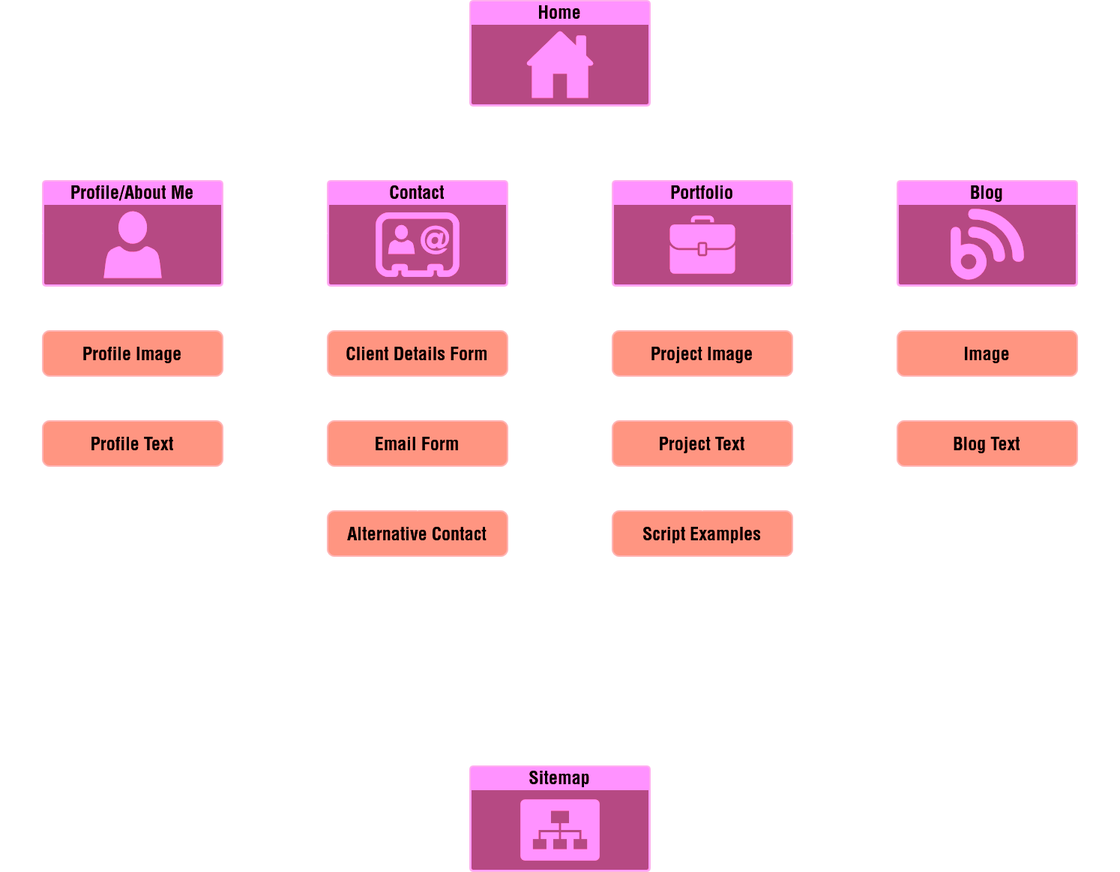
Before: docs/Sitemap.png, a diagram exported from draw.io (SteaneMurphy/JamesMurphy_T1A2). Source tidied: cells renumbered, new cells last; positions are measured from the earlier drawing's top-left corner, leaving out a move shared by most shapes.
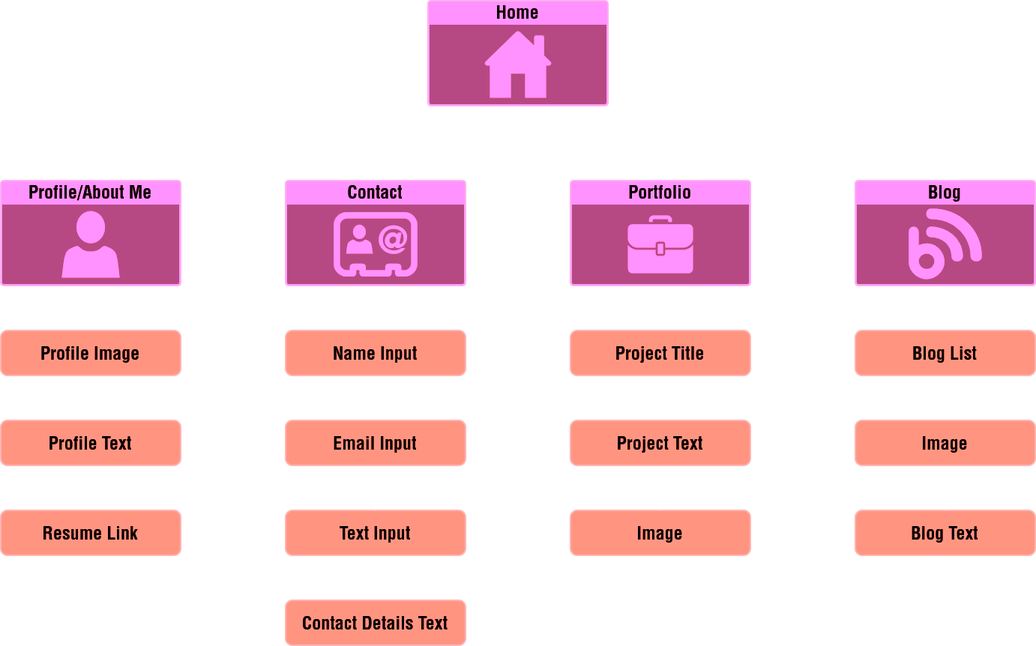
After the change.

Diff of the diagram source:
```diff
@@ -26,9 +26,6 @@
     <mxCell id="9" style="edgeStyle=orthogonalEdgeStyle;rounded=0;jettySize=auto;html=1;exitX=0.5;exitY=1;exitDx=0;exitDy=0;exitPerimeter=0;strokeWidth=2;" parent="1" edge="1" source="11" target="3">
       <mxGeometry relative="1" as="geometry" />
     </mxCell>
-    <mxCell id="10" style="edgeStyle=orthogonalEdgeStyle;rounded=0;jettySize=auto;html=1;exitX=0.5;exitY=1;exitDx=0;exitDy=0;exitPerimeter=0;entryX=0.5;entryY=0;entryDx=0;entryDy=0;entryPerimeter=0;strokeWidth=2;" parent="1" edge="1" source="11" target="20">
-      <mxGeometry relative="1" as="geometry" />
-    </mxCell>
     <mxCell id="11" value="Home" style="html=1;whiteSpace=wrap;strokeColor=#A50040;fillColor=#d80073;labelPosition=center;verticalLabelPosition=middle;verticalAlign=top;align=center;fontSize=12;outlineConnect=0;spacingTop=-6;sketch=0;shape=mxgraph.sitemap.home;fontColor=#ffffff;" parent="1" vertex="1">
       <mxGeometry x="285" width="120" height="70" as="geometry" />
     </mxCell>
@@ -44,61 +41,52 @@
     <mxCell id="15" value="Profile/About Me" style="html=1;whiteSpace=wrap;strokeColor=#A50040;fillColor=#d80073;labelPosition=center;verticalLabelPosition=middle;verticalAlign=top;align=center;fontSize=12;outlineConnect=0;spacingTop=-6;fontColor=#ffffff;sketch=0;shape=mxgraph.sitemap.profile;" parent="1" vertex="1">
       <mxGeometry y="120" width="120" height="70" as="geometry" />
     </mxCell>
-    <mxCell id="16" style="edgeStyle=orthogonalEdgeStyle;rounded=0;jettySize=auto;html=1;exitX=0;exitY=0.5;exitDx=0;exitDy=0;exitPerimeter=0;entryX=0;entryY=0.5;entryDx=0;entryDy=0;entryPerimeter=0;strokeWidth=2;" parent="1" edge="1" source="20" target="15">
-      <mxGeometry relative="1" as="geometry" />
-    </mxCell>
-    <mxCell id="17" style="edgeStyle=orthogonalEdgeStyle;rounded=0;jettySize=auto;html=1;exitX=0;exitY=0.5;exitDx=0;exitDy=0;exitPerimeter=0;entryX=0;entryY=0.5;entryDx=0;entryDy=0;entryPerimeter=0;strokeWidth=2;" parent="1" edge="1" source="20" target="5">
-      <mxGeometry relative="1" as="geometry" />
-    </mxCell>
-    <mxCell id="18" style="edgeStyle=orthogonalEdgeStyle;rounded=0;jettySize=auto;html=1;exitX=1;exitY=0.5;exitDx=0;exitDy=0;exitPerimeter=0;entryX=1;entryY=0.5;entryDx=0;entryDy=0;entryPerimeter=0;strokeWidth=2;" parent="1" edge="1" source="20" target="13">
-      <mxGeometry relative="1" as="geometry" />
-    </mxCell>
-    <mxCell id="19" style="edgeStyle=orthogonalEdgeStyle;rounded=0;jettySize=auto;html=1;exitX=1;exitY=0.5;exitDx=0;exitDy=0;exitPerimeter=0;entryX=1;entryY=0.5;entryDx=0;entryDy=0;entryPerimeter=0;strokeWidth=2;" parent="1" edge="1" source="20" target="3">
-      <mxGeometry relative="1" as="geometry" />
-    </mxCell>
-    <mxCell id="20" value="Sitemap" style="html=1;whiteSpace=wrap;strokeColor=#A50040;fillColor=#d80073;labelPosition=center;verticalLabelPosition=middle;verticalAlign=top;align=center;fontSize=12;outlineConnect=0;spacingTop=-6;fontColor=#ffffff;sketch=0;shape=mxgraph.sitemap.sitemap;" parent="1" vertex="1">
-      <mxGeometry x="285" y="510" width="120" height="70" as="geometry" />
-    </mxCell>
     <mxCell id="21" style="edgeStyle=orthogonalEdgeStyle;rounded=0;jettySize=auto;html=1;exitX=0.5;exitY=1;exitDx=0;exitDy=0;entryX=0.5;entryY=0;entryDx=0;entryDy=0;strokeWidth=2;" parent="1" edge="1" source="22" target="23">
       <mxGeometry relative="1" as="geometry" />
     </mxCell>
     <mxCell id="22" value="Profile Image" style="rounded=1;whiteSpace=wrap;html=1;strokeColor=#B20000;fillColor=#e51400;fontColor=#FFFFFF;" parent="1" vertex="1">
       <mxGeometry y="220" width="120" height="30" as="geometry" />
     </mxCell>
+    <mxCell id="37" style="edgeStyle=orthogonalEdgeStyle;rounded=0;jettySize=auto;html=1;exitX=0.5;exitY=1;exitDx=0;exitDy=0;entryX=0.5;entryY=0;entryDx=0;entryDy=0;strokeWidth=2;" parent="1" edge="1" source="23" target="42">
+      <mxGeometry relative="1" as="geometry" />
+    </mxCell>
     <mxCell id="23" value="Profile Text" style="rounded=1;whiteSpace=wrap;html=1;fillColor=#e51400;fontColor=#ffffff;strokeColor=#B20000;" parent="1" vertex="1">
       <mxGeometry y="280" width="120" height="30" as="geometry" />
     </mxCell>
     <mxCell id="24" style="edgeStyle=orthogonalEdgeStyle;rounded=0;jettySize=auto;html=1;exitX=0.5;exitY=1;exitDx=0;exitDy=0;entryX=0.5;entryY=0;entryDx=0;entryDy=0;strokeWidth=2;" parent="1" edge="1" source="25" target="28">
       <mxGeometry relative="1" as="geometry" />
     </mxCell>
-    <mxCell id="25" value="Client Details Form" style="rounded=1;whiteSpace=wrap;html=1;fillColor=#e51400;fontColor=#ffffff;strokeColor=#B20000;" parent="1" vertex="1">
+    <mxCell id="25" value="Name Input" style="rounded=1;whiteSpace=wrap;html=1;fillColor=#e51400;fontColor=#ffffff;strokeColor=#B20000;" parent="1" vertex="1">
       <mxGeometry x="190" y="220" width="120" height="30" as="geometry" />
     </mxCell>
+    <mxCell id="38" style="edgeStyle=orthogonalEdgeStyle;rounded=0;jettySize=auto;html=1;exitX=0.5;exitY=1;exitDx=0;exitDy=0;entryX=0.5;entryY=0;entryDx=0;entryDy=0;strokeWidth=2;" parent="1" edge="1" source="26" target="43">
+      <mxGeometry relative="1" as="geometry" />
+    </mxCell>
-    <mxCell id="26" value="Alternative Contact" style="rounded=1;whiteSpace=wrap;html=1;fillColor=#e51400;fontColor=#ffffff;strokeColor=#B20000;" parent="1" vertex="1">
+    <mxCell id="26" value="Text Input" style="rounded=1;whiteSpace=wrap;html=1;fillColor=#e51400;fontColor=#ffffff;strokeColor=#B20000;" parent="1" vertex="1">
       <mxGeometry x="190" y="340" width="120" height="30" as="geometry" />
     </mxCell>
     <mxCell id="27" style="edgeStyle=orthogonalEdgeStyle;rounded=0;jettySize=auto;html=1;exitX=0.5;exitY=1;exitDx=0;exitDy=0;strokeWidth=2;" parent="1" edge="1" source="28" target="26">
       <mxGeometry relative="1" as="geometry" />
     </mxCell>
-    <mxCell id="28" value="Email Form&lt;br&gt;" style="rounded=1;whiteSpace=wrap;html=1;fillColor=#e51400;fontColor=#ffffff;strokeColor=#B20000;" parent="1" vertex="1">
+    <mxCell id="28" value="Email Input" style="rounded=1;whiteSpace=wrap;html=1;fillColor=#e51400;fontColor=#ffffff;strokeColor=#B20000;" parent="1" vertex="1">
       <mxGeometry x="190" y="280" width="120" height="30" as="geometry" />
     </mxCell>
-    <mxCell id="29" style="edgeStyle=orthogonalEdgeStyle;rounded=0;jettySize=auto;html=1;exitX=0.5;exitY=1;exitDx=0;exitDy=0;entryX=0.5;entryY=0;entryDx=0;entryDy=0;strokeWidth=2;" parent="1" edge="1" source="30" target="31">
-      <mxGeometry relative="1" as="geometry" />
-    </mxCell>
+    <mxCell id="39" style="edgeStyle=orthogonalEdgeStyle;rounded=0;jettySize=auto;html=1;exitX=0.5;exitY=1;exitDx=0;exitDy=0;entryX=0.5;entryY=0;entryDx=0;entryDy=0;strokeWidth=2;" parent="1" edge="1" source="30" target="41">
+      <mxGeometry relative="1" as="geometry" />
+    </mxCell>
-    <mxCell id="30" value="Image" style="rounded=1;whiteSpace=wrap;html=1;fillColor=#e51400;fontColor=#ffffff;strokeColor=#B20000;" parent="1" vertex="1">
+    <mxCell id="30" value="Blog List" style="rounded=1;whiteSpace=wrap;html=1;fillColor=#e51400;fontColor=#ffffff;strokeColor=#B20000;" parent="1" vertex="1">
       <mxGeometry x="570" y="220" width="120" height="30" as="geometry" />
     </mxCell>
     <mxCell id="31" value="Blog Text" style="rounded=1;whiteSpace=wrap;html=1;fillColor=#e51400;fontColor=#ffffff;strokeColor=#B20000;" parent="1" vertex="1">
-      <mxGeometry x="570" y="280" width="120" height="30" as="geometry" />
+      <mxGeometry x="570" y="340" width="120" height="30" as="geometry" />
     </mxCell>
     <mxCell id="32" style="edgeStyle=orthogonalEdgeStyle;rounded=0;jettySize=auto;html=1;exitX=0.5;exitY=1;exitDx=0;exitDy=0;entryX=0.5;entryY=0;entryDx=0;entryDy=0;strokeWidth=2;" parent="1" edge="1" source="33" target="36">
       <mxGeometry relative="1" as="geometry" />
     </mxCell>
-    <mxCell id="33" value="Project Image" style="rounded=1;whiteSpace=wrap;html=1;fillColor=#e51400;fontColor=#ffffff;strokeColor=#B20000;" parent="1" vertex="1">
+    <mxCell id="33" value="Project Title" style="rounded=1;whiteSpace=wrap;html=1;fillColor=#e51400;fontColor=#ffffff;strokeColor=#B20000;" parent="1" vertex="1">
       <mxGeometry x="380" y="220" width="120" height="30" as="geometry" />
     </mxCell>
-    <mxCell id="34" value="Script Examples" style="rounded=1;whiteSpace=wrap;html=1;fillColor=#e51400;fontColor=#ffffff;strokeColor=#B20000;" parent="1" vertex="1">
+    <mxCell id="34" value="Image" style="rounded=1;whiteSpace=wrap;html=1;fillColor=#e51400;fontColor=#ffffff;strokeColor=#B20000;" parent="1" vertex="1">
       <mxGeometry x="380" y="340" width="120" height="30" as="geometry" />
     </mxCell>
     <mxCell id="35" style="edgeStyle=orthogonalEdgeStyle;rounded=0;jettySize=auto;html=1;exitX=0.5;exitY=1;exitDx=0;exitDy=0;entryX=0.5;entryY=0;entryDx=0;entryDy=0;strokeWidth=2;" parent="1" edge="1" source="36" target="34">
@@ -107,5 +95,17 @@
     <mxCell id="36" value="Project Text" style="rounded=1;whiteSpace=wrap;html=1;fillColor=#e51400;fontColor=#ffffff;strokeColor=#B20000;" parent="1" vertex="1">
       <mxGeometry x="380" y="280" width="120" height="30" as="geometry" />
     </mxCell>
+    <mxCell id="40" style="edgeStyle=orthogonalEdgeStyle;rounded=0;jettySize=auto;html=1;exitX=0.5;exitY=1;exitDx=0;exitDy=0;entryX=0.5;entryY=0;entryDx=0;entryDy=0;strokeWidth=2;" parent="1" edge="1" source="41" target="31">
+      <mxGeometry relative="1" as="geometry" />
+    </mxCell>
+    <mxCell id="41" value="Image" style="rounded=1;whiteSpace=wrap;html=1;fillColor=#e51400;fontColor=#ffffff;strokeColor=#B20000;" parent="1" vertex="1">
+      <mxGeometry x="570" y="280" width="120" height="30" as="geometry" />
+    </mxCell>
+    <mxCell id="42" value="Resume Link" style="rounded=1;whiteSpace=wrap;html=1;fillColor=#e51400;fontColor=#ffffff;strokeColor=#B20000;" parent="1" vertex="1">
+      <mxGeometry y="340" width="120" height="30" as="geometry" />
+    </mxCell>
+    <mxCell id="43" value="Contact Details Text" style="rounded=1;whiteSpace=wrap;html=1;fillColor=#e51400;fontColor=#ffffff;strokeColor=#B20000;" parent="1" vertex="1">
+      <mxGeometry x="190" y="400" width="120" height="30" as="geometry" />
+    </mxCell>
   </root>
 </mxGraphModel>
```
